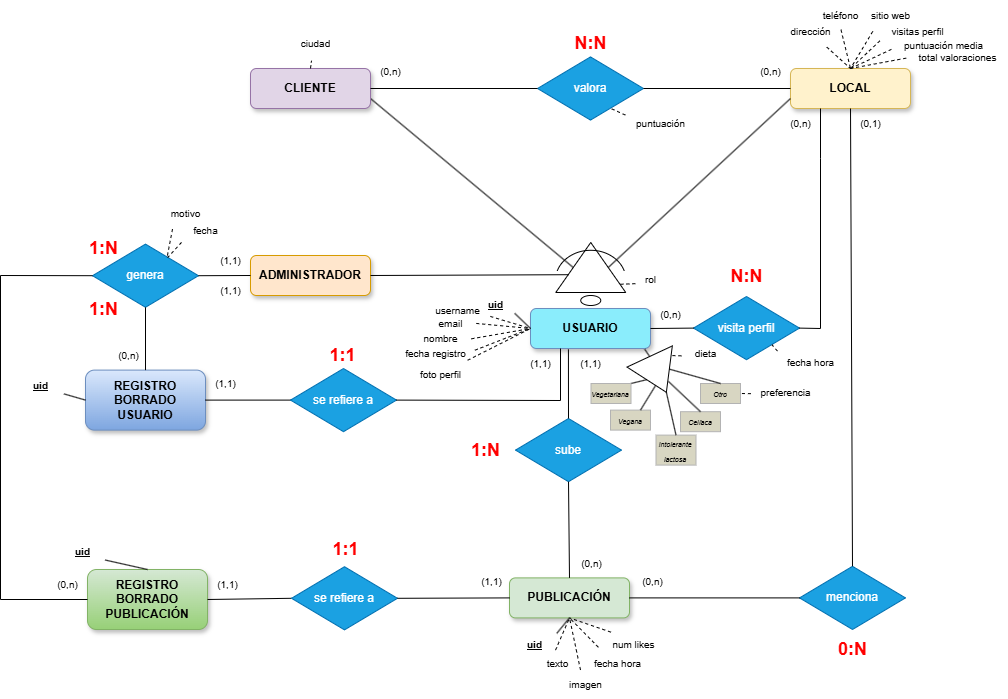
Above: diagramas/foodTracks_diagrama_ER.png in robertskrr/FoodTracks-App (draw.io), before the change. Source tidied: cells renumbered, new cells last; positions are measured from the earlier drawing's top-left corner, leaving out a move shared by most shapes.
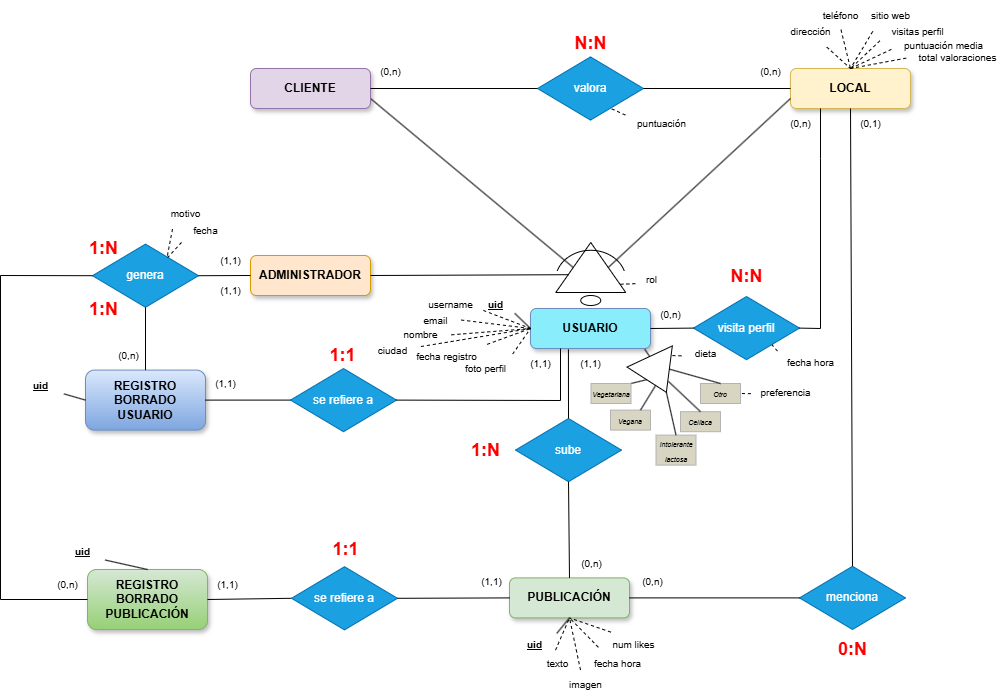
The same file after the commit.

Commit message:
fix: ER diagram changed city to globar USER

The edit, as a diff of the source:
```diff
@@ -54,19 +54,19 @@
       <mxGeometry relative="1" as="geometry" />
     </mxCell>
     <mxCell id="19" value="&lt;span style=&quot;font-size: 10px;&quot;&gt;&lt;span&gt;&lt;span&gt;username&lt;/span&gt;&lt;/span&gt;&lt;/span&gt;" style="text;html=1;align=center;verticalAlign=middle;points=[];strokeColor=none;fillColor=none;fontStyle=0;" parent="1" vertex="1">
-      <mxGeometry x="422" y="295" width="70" height="30" as="geometry" />
+      <mxGeometry x="415" y="289" width="70" height="30" as="geometry" />
     </mxCell>
     <mxCell id="20" value="&lt;span style=&quot;font-size: 10px;&quot;&gt;&lt;span&gt;&lt;span&gt;email&lt;/span&gt;&lt;/span&gt;&lt;/span&gt;" style="text;html=1;align=center;verticalAlign=middle;points=[];strokeColor=none;fillColor=none;fontStyle=0;" parent="1" vertex="1">
-      <mxGeometry x="425" y="308" width="50" height="30" as="geometry" />
+      <mxGeometry x="410" y="304.6" width="50" height="30" as="geometry" />
     </mxCell>
     <mxCell id="21" value="&lt;span style=&quot;font-size: 10px;&quot;&gt;&lt;span&gt;&lt;span&gt;nombre&lt;/span&gt;&lt;/span&gt;&lt;/span&gt;" style="text;html=1;align=center;verticalAlign=middle;points=[];strokeColor=none;fillColor=none;fontStyle=0;" parent="1" vertex="1">
-      <mxGeometry x="410" y="323" width="60" height="30" as="geometry" />
+      <mxGeometry x="390" y="319" width="60" height="30" as="geometry" />
     </mxCell>
     <mxCell id="22" value="&lt;span style=&quot;font-size: 10px;&quot;&gt;&lt;span&gt;&lt;span&gt;fecha registro&lt;/span&gt;&lt;/span&gt;&lt;/span&gt;" style="text;html=1;align=center;verticalAlign=middle;points=[];strokeColor=none;fillColor=none;fontStyle=0;" parent="1" vertex="1">
-      <mxGeometry x="395" y="338" width="80" height="30" as="geometry" />
+      <mxGeometry x="406" y="341" width="80" height="30" as="geometry" />
     </mxCell>
     <mxCell id="23" value="&lt;span style=&quot;font-size: 10px;&quot;&gt;&lt;span&gt;&lt;span&gt;foto perfil&lt;/span&gt;&lt;/span&gt;&lt;/span&gt;" style="text;html=1;align=center;verticalAlign=middle;points=[];strokeColor=none;fillColor=none;fontStyle=0;" parent="1" vertex="1">
-      <mxGeometry x="410" y="359.2" width="60" height="30" as="geometry" />
+      <mxGeometry x="455" y="353" width="60" height="30" as="geometry" />
     </mxCell>
     <mxCell id="24" style="endArrow=none;dashed=1;html=1;rounded=0;entryX=0;entryY=0.5;entryDx=0;entryDy=0;exitX=1.015;exitY=0.498;exitDx=0;exitDy=0;exitPerimeter=0;" parent="1" edge="1" source="20" target="6">
       <mxGeometry relative="1" as="geometry" />
@@ -74,7 +74,7 @@
     <mxCell id="25" style="endArrow=none;dashed=1;html=1;rounded=0;entryX=0;entryY=0.5;entryDx=0;entryDy=0;exitX=1.015;exitY=0.511;exitDx=0;exitDy=0;exitPerimeter=0;" parent="1" edge="1" source="21" target="6">
       <mxGeometry relative="1" as="geometry" />
     </mxCell>
-    <mxCell id="26" style="endArrow=none;dashed=1;html=1;rounded=0;entryX=0;entryY=0.5;entryDx=0;entryDy=0;exitX=0.992;exitY=0.391;exitDx=0;exitDy=0;exitPerimeter=0;" parent="1" edge="1" source="22" target="6">
+    <mxCell id="26" style="endArrow=none;dashed=1;html=1;rounded=0;entryX=0;entryY=0.5;entryDx=0;entryDy=0;exitX=1.009;exitY=0.094;exitDx=0;exitDy=0;exitPerimeter=0;" parent="1" edge="1" source="22" target="6">
       <mxGeometry relative="1" as="geometry" />
     </mxCell>
     <mxCell id="27" style="endArrow=none;dashed=1;html=1;rounded=0;entryX=0;entryY=0.5;entryDx=0;entryDy=0;exitX=0.952;exitY=0.019;exitDx=0;exitDy=0;exitPerimeter=0;" parent="1" edge="1" source="23" target="6">
@@ -83,11 +83,11 @@
     <mxCell id="28" value="PUBLICACIÓN" style="rounded=1;whiteSpace=wrap;html=1;fontSize=12;glass=0;strokeWidth=1;shadow=1;fillColor=#d5e8d4;strokeColor=#82b366;fontStyle=1;" parent="1" vertex="1">
       <mxGeometry x="509" y="577.4" width="120" height="40" as="geometry" />
     </mxCell>
-    <mxCell id="29" style="endArrow=none;html=1;rounded=0;exitX=0.5;exitY=0;exitDx=0;exitDy=0;entryX=0.42;entryY=1.072;entryDx=0;entryDy=0;entryPerimeter=0;dashed=1;" parent="1" edge="1" source="15" target="30">
+    <mxCell id="29" style="endArrow=none;html=1;rounded=0;entryX=1.061;entryY=0.383;entryDx=0;entryDy=0;entryPerimeter=0;dashed=1;exitX=0;exitY=0.5;exitDx=0;exitDy=0;" parent="1" edge="1" source="6" target="30">
       <mxGeometry relative="1" as="geometry" />
     </mxCell>
     <mxCell id="30" value="&lt;span style=&quot;font-size: 10px;&quot;&gt;&lt;span&gt;&lt;span&gt;ciudad&lt;/span&gt;&lt;/span&gt;&lt;/span&gt;" style="text;html=1;align=center;verticalAlign=middle;points=[];strokeColor=none;fillColor=none;fontStyle=0;" parent="1" vertex="1">
-      <mxGeometry x="290" y="28" width="50" height="30" as="geometry" />
+      <mxGeometry x="367" y="334.6" width="50" height="30" as="geometry" />
     </mxCell>
     <mxCell id="31" value="&lt;font style=&quot;font-size: 10px;&quot;&gt;(0,n)&lt;/font&gt;" style="text;html=1;align=center;verticalAlign=middle;strokeColor=none;fillColor=none;" parent="1" vertex="1">
       <mxGeometry x="370" y="56.4" width="40" height="30" as="geometry" />
```
